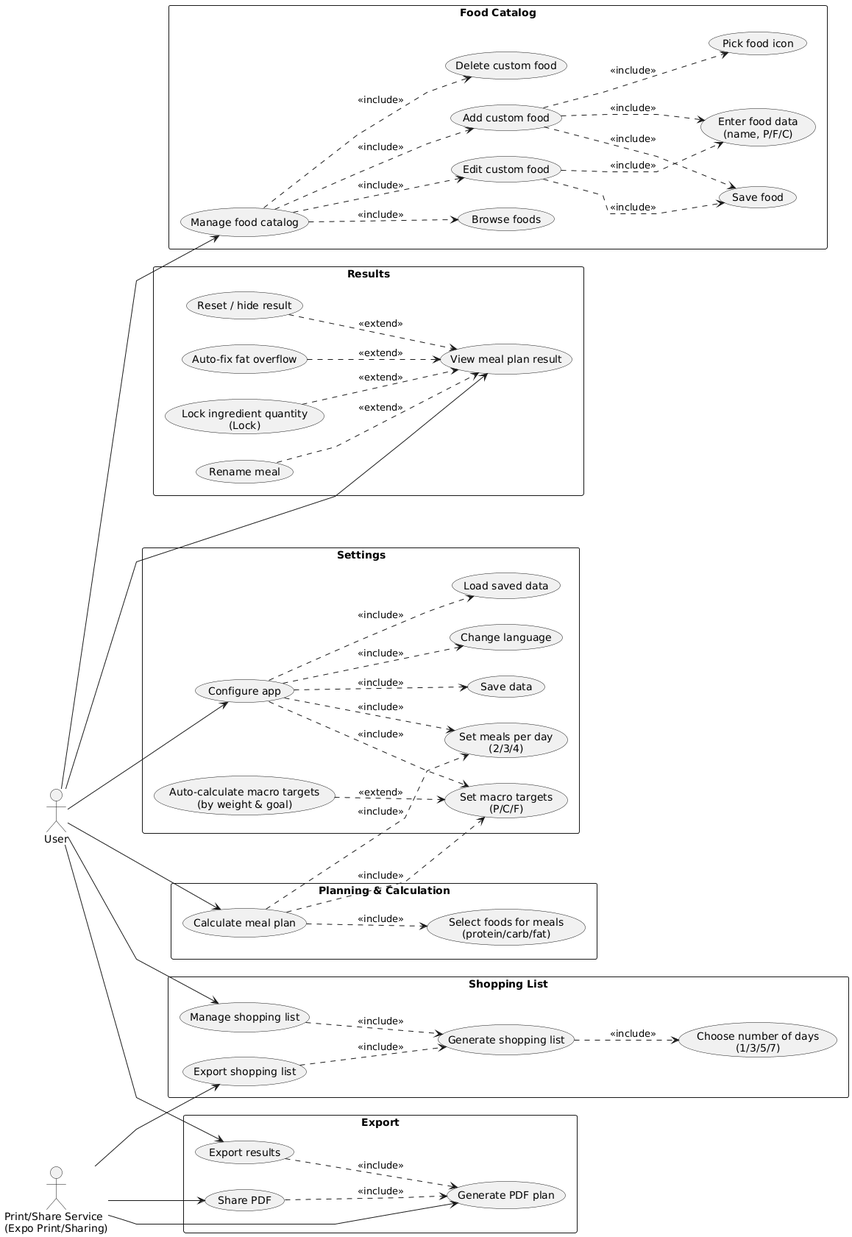
Above: docs/diagrams/usecase.png in zlat1x/meal-planner (PlantUML), before the change.
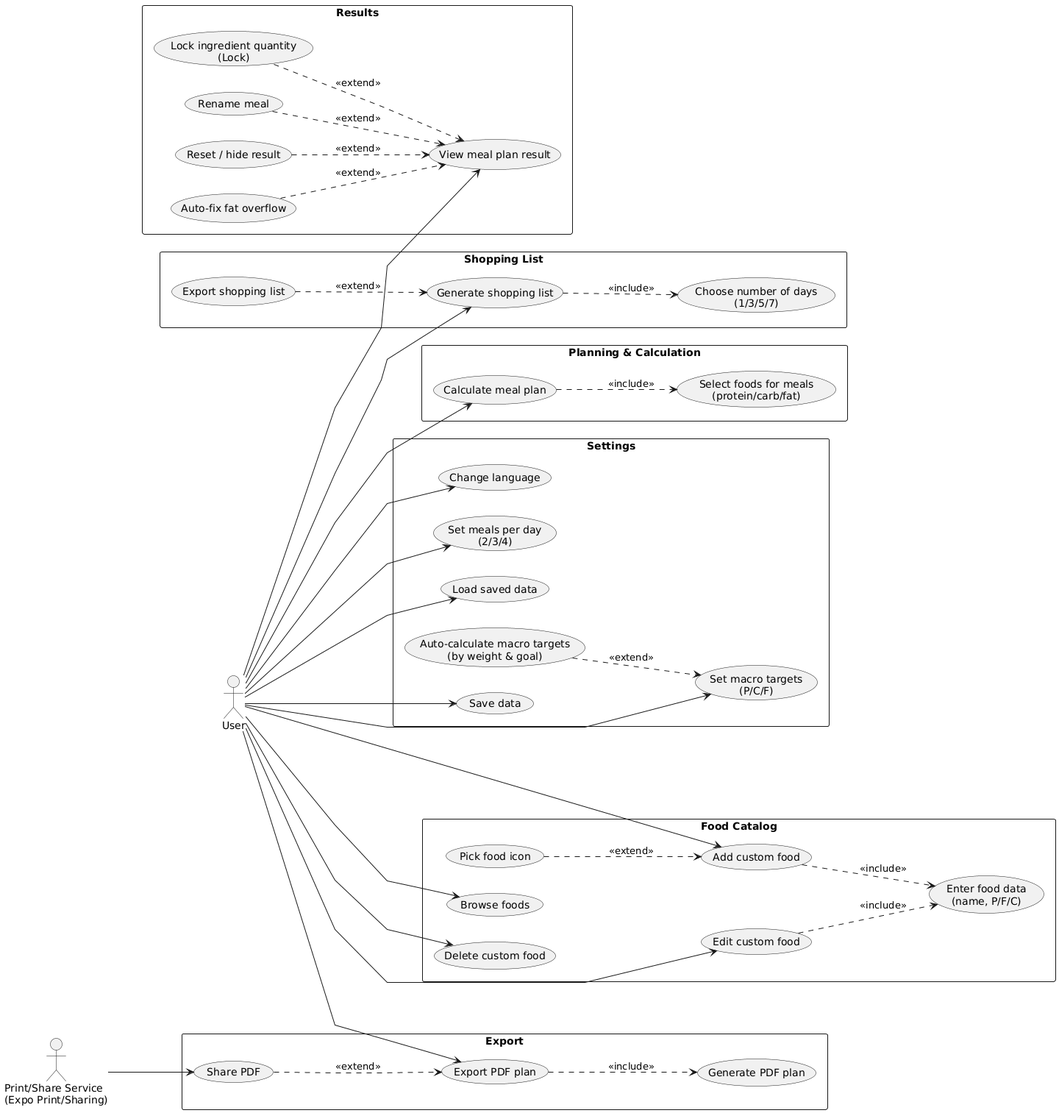
After the commit.

Commit message:
update ERD and use-case diagrams

The edit, as a diff of the source:
```diff
@@ -1,5 +1,4 @@
 @startuml
-
 left to right direction
 skinparam shadowing false
 skinparam packageStyle rectangle
@@ -10,28 +9,21 @@
 actor "Print/Share Service\n(Expo Print/Sharing)" as ExportService
 
 rectangle "Settings" as Settings {
-  usecase "Configure app" as UC_Configure
-
   usecase "Change language" as UC_Lang
   usecase "Set macro targets\n(P/C/F)" as UC_SetMacros
   usecase "Auto-calculate macro targets\n(by weight & goal)" as UC_AutoMacros
   usecase "Set meals per day\n(2/3/4)" as UC_MealsCount
-
   usecase "Load saved data" as UC_Load
   usecase "Save data" as UC_Save
 }
 
 rectangle "Food Catalog" as Foods {
-  usecase "Manage food catalog" as UC_ManageFoods
-
   usecase "Browse foods" as UC_ViewFoods
   usecase "Add custom food" as UC_AddFood
   usecase "Edit custom food" as UC_EditFood
   usecase "Delete custom food" as UC_DeleteFood
-
   usecase "Enter food data\n(name, P/F/C)" as UC_EnterFoodData
   usecase "Pick food icon" as UC_PickIcon
-  usecase "Save food" as UC_SaveFood
 }
 
 rectangle "Planning & Calculation" as Planning {
@@ -41,7 +33,6 @@
 
 rectangle "Results" as Results {
   usecase "View meal plan result" as UC_ViewResult
-
   usecase "Rename meal" as UC_RenameMeal
   usecase "Lock ingredient quantity\n(Lock)" as UC_LockWeight
   usecase "Auto-fix fat overflow" as UC_AutoFixFat
@@ -49,68 +40,52 @@
 }
 
 rectangle "Shopping List" as Shopping {
-  usecase "Manage shopping list" as UC_ManageShop
-
   usecase "Generate shopping list" as UC_ShopList
   usecase "Choose number of days\n(1/3/5/7)" as UC_PickDays
   usecase "Export shopping list" as UC_ExportShop
 }
 
 rectangle "Export" as Export {
-  usecase "Export results" as UC_ExportResults
-
+  usecase "Export PDF plan" as UC_ExportPdf
   usecase "Generate PDF plan" as UC_Pdf
   usecase "Share PDF" as UC_SharePdf
 }
 
-User --> UC_Configure
-User --> UC_ManageFoods
+User --> UC_Lang
+User --> UC_SetMacros
+User --> UC_MealsCount
+User --> UC_Load
+User --> UC_Save
+
+User --> UC_ViewFoods
+User --> UC_AddFood
+User --> UC_EditFood
+User --> UC_DeleteFood
+
 User --> UC_CalcPlan
 User --> UC_ViewResult
-User --> UC_ManageShop
-User --> UC_ExportResults
 
-ExportService --> UC_Pdf
+User --> UC_ShopList
+User --> UC_ExportPdf
+
 ExportService --> UC_SharePdf
-ExportService --> UC_ExportShop
-
-UC_ManageFoods -[hidden]right-> UC_ViewResult
-UC_ManageFoods -[hidden]down-> UC_ViewResult
-
-
-UC_Configure ..> UC_Lang : <<include>>
-UC_Configure ..> UC_SetMacros : <<include>>
-UC_Configure ..> UC_MealsCount : <<include>>
-UC_Configure ..> UC_Load : <<include>>
-UC_Configure ..> UC_Save : <<include>>
 
 UC_AutoMacros ..> UC_SetMacros : <<extend>>
 
-UC_ManageFoods ..> UC_ViewFoods : <<include>>
-UC_ManageFoods ..> UC_AddFood : <<include>>
-UC_ManageFoods ..> UC_EditFood : <<include>>
-UC_ManageFoods ..> UC_DeleteFood : <<include>>
-
 UC_AddFood ..> UC_EnterFoodData : <<include>>
-UC_AddFood ..> UC_PickIcon : <<include>>
-UC_AddFood ..> UC_SaveFood : <<include>>
-
 UC_EditFood ..> UC_EnterFoodData : <<include>>
-UC_EditFood ..> UC_SaveFood : <<include>>
+UC_PickIcon ..> UC_AddFood : <<extend>>
 
 UC_CalcPlan ..> UC_SelectFoods : <<include>>
-UC_CalcPlan ..> UC_SetMacros : <<include>>
-UC_CalcPlan ..> UC_MealsCount : <<include>>
 
 UC_RenameMeal ..> UC_ViewResult : <<extend>>
 UC_LockWeight ..> UC_ViewResult : <<extend>>
 UC_AutoFixFat ..> UC_ViewResult : <<extend>>
 UC_Reset ..> UC_ViewResult : <<extend>>
 
-UC_ManageShop ..> UC_ShopList : <<include>>
 UC_ShopList ..> UC_PickDays : <<include>>
-UC_ExportShop ..> UC_ShopList : <<include>>
+UC_ExportShop ..> UC_ShopList : <<extend>>
 
-UC_ExportResults ..> UC_Pdf : <<include>>
-UC_SharePdf ..> UC_Pdf : <<include>>
+UC_ExportPdf ..> UC_Pdf : <<include>>
+UC_SharePdf ..> UC_ExportPdf : <<extend>>
 @enduml
```
